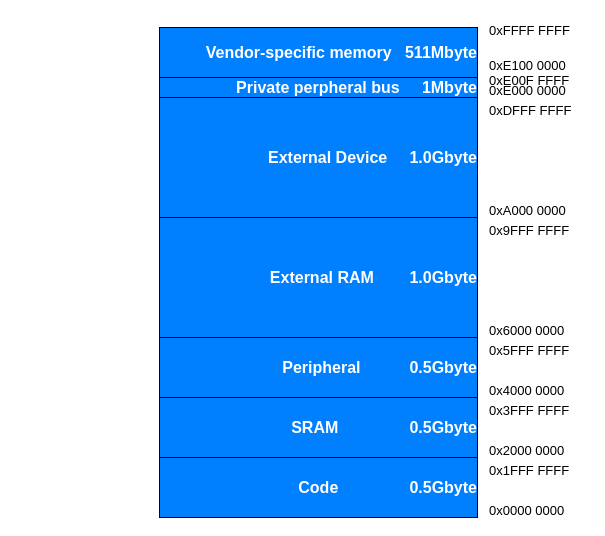
This is 芯片内存映射地址.drawio from zjh6607476/drawing, a draw.io file, before an edit. Source tidied: cells renumbered, new cells numbered last; positions are measured from the earlier drawing's top-left corner, leaving out a move shared by most shapes. Both pictures are drawn from the tidied source at 100%, with x=0, y=0 at pixel (159, 17).
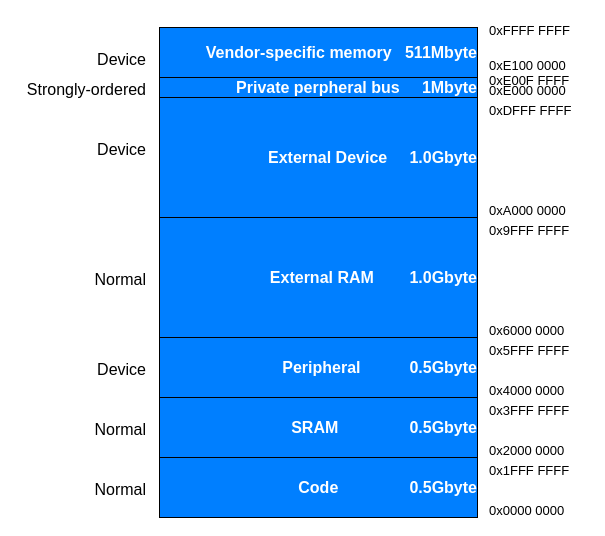
The same page after the edit.

Commit message:
Update 芯片内存映射地址.drawio

Change to the diagram source:
```diff
@@
+    <mxCell id="23" value="&lt;font color=&quot;#000000&quot;&gt;Device&lt;/font&gt;" style="text;html=1;align=right;verticalAlign=top;spacingTop=-4;fontSize=16;fontColor=#FFFFFF;" parent="1" vertex="1">
+      <mxGeometry x="-72" y="30" width="60" height="20" as="geometry" />
+    </mxCell>
+    <mxCell id="24" value="&lt;font color=&quot;#000000&quot;&gt;Normal&lt;/font&gt;" style="text;html=1;align=right;verticalAlign=top;spacingTop=-4;fontSize=16;fontColor=#FFFFFF;" parent="1" vertex="1">
+      <mxGeometry x="-82" y="460" width="70" height="20" as="geometry" />
+    </mxCell>
+    <mxCell id="25" value="&lt;font color=&quot;#000000&quot;&gt;Normal&lt;/font&gt;" style="text;html=1;align=right;verticalAlign=top;spacingTop=-4;fontSize=16;fontColor=#FFFFFF;" parent="1" vertex="1">
+      <mxGeometry x="-82" y="400" width="70" height="20" as="geometry" />
+    </mxCell>
+    <mxCell id="26" value="&lt;font color=&quot;#000000&quot;&gt;Device&lt;/font&gt;" style="text;html=1;align=right;verticalAlign=top;spacingTop=-4;fontSize=16;fontColor=#FFFFFF;" parent="1" vertex="1">
+      <mxGeometry x="-72" y="340" width="60" height="20" as="geometry" />
+    </mxCell>
+    <mxCell id="27" value="&lt;font color=&quot;#000000&quot;&gt;Normal&lt;/font&gt;" style="text;html=1;align=right;verticalAlign=top;spacingTop=-4;fontSize=16;fontColor=#FFFFFF;" parent="1" vertex="1">
+      <mxGeometry x="-82" y="250" width="70" height="20" as="geometry" />
+    </mxCell>
+    <mxCell id="28" value="&lt;font color=&quot;#000000&quot;&gt;Device&lt;/font&gt;" style="text;html=1;align=right;verticalAlign=top;spacingTop=-4;fontSize=16;fontColor=#FFFFFF;" parent="1" vertex="1">
+      <mxGeometry x="-72" y="120" width="60" height="20" as="geometry" />
+    </mxCell>
+    <mxCell id="29" value="&lt;font color=&quot;#000000&quot;&gt;Strongly-ordered&lt;/font&gt;" style="text;html=1;align=right;verticalAlign=top;spacingTop=-4;fontSize=16;fontColor=#FFFFFF;" parent="1" vertex="1">
+      <mxGeometry x="-142" y="60" width="130" height="20" as="geometry" />
+    </mxCell>
```
